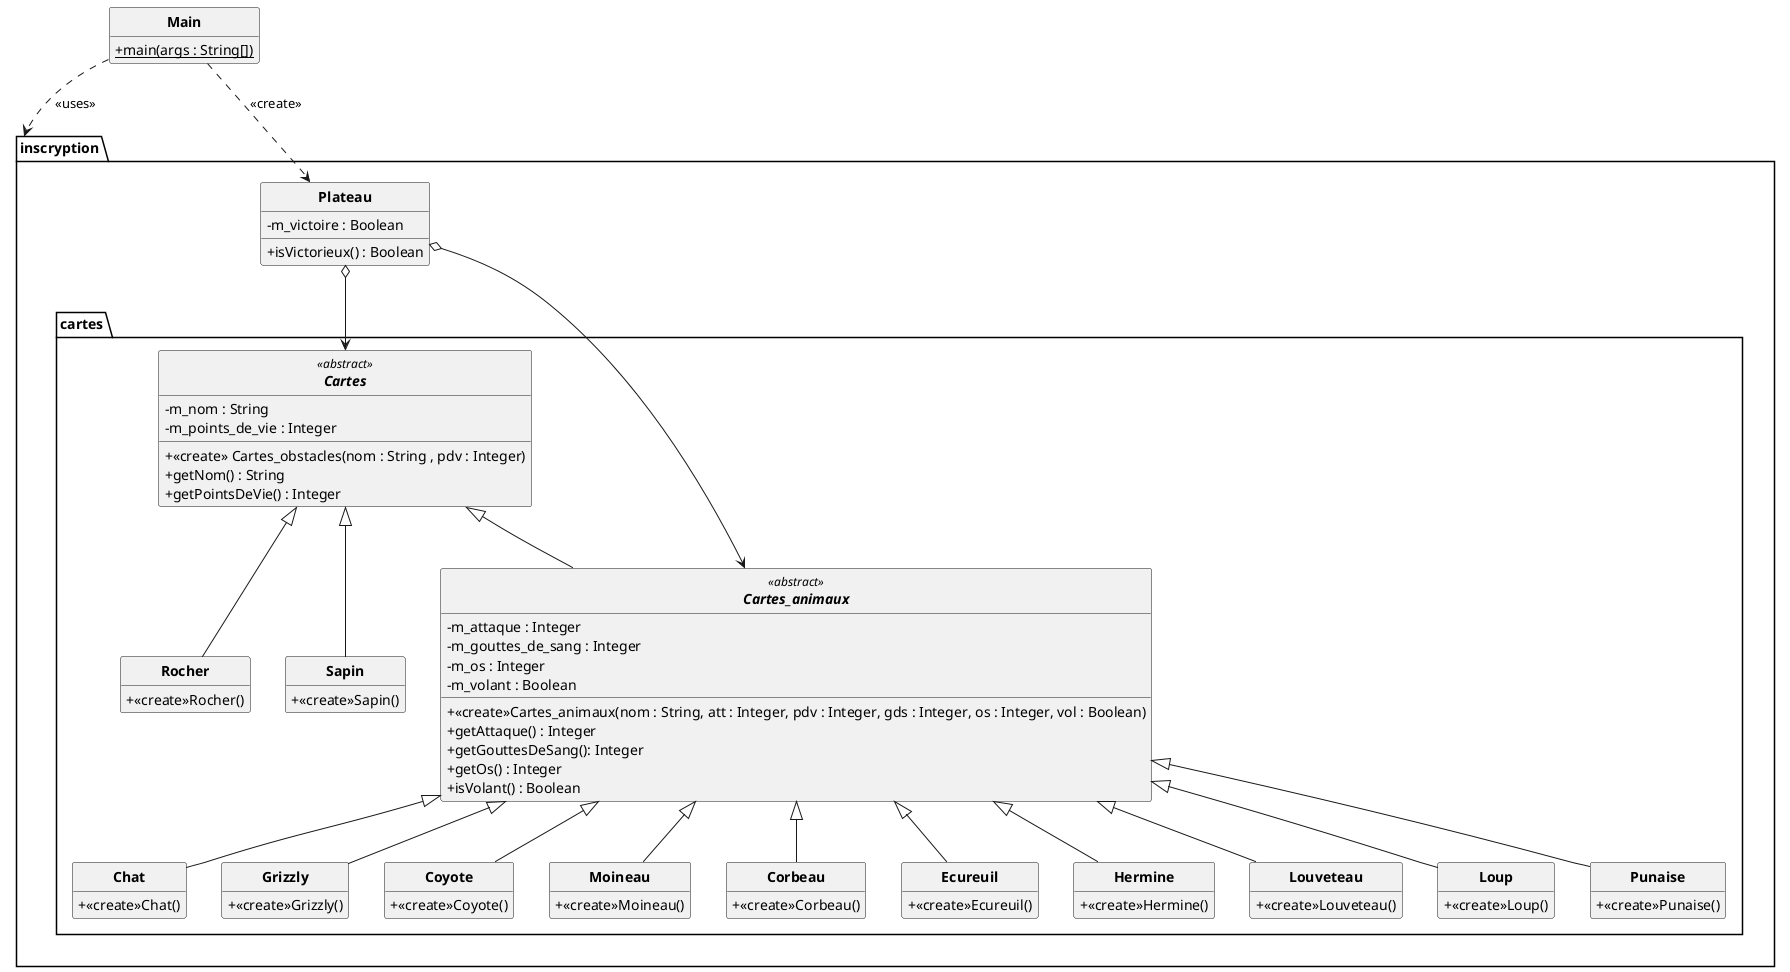
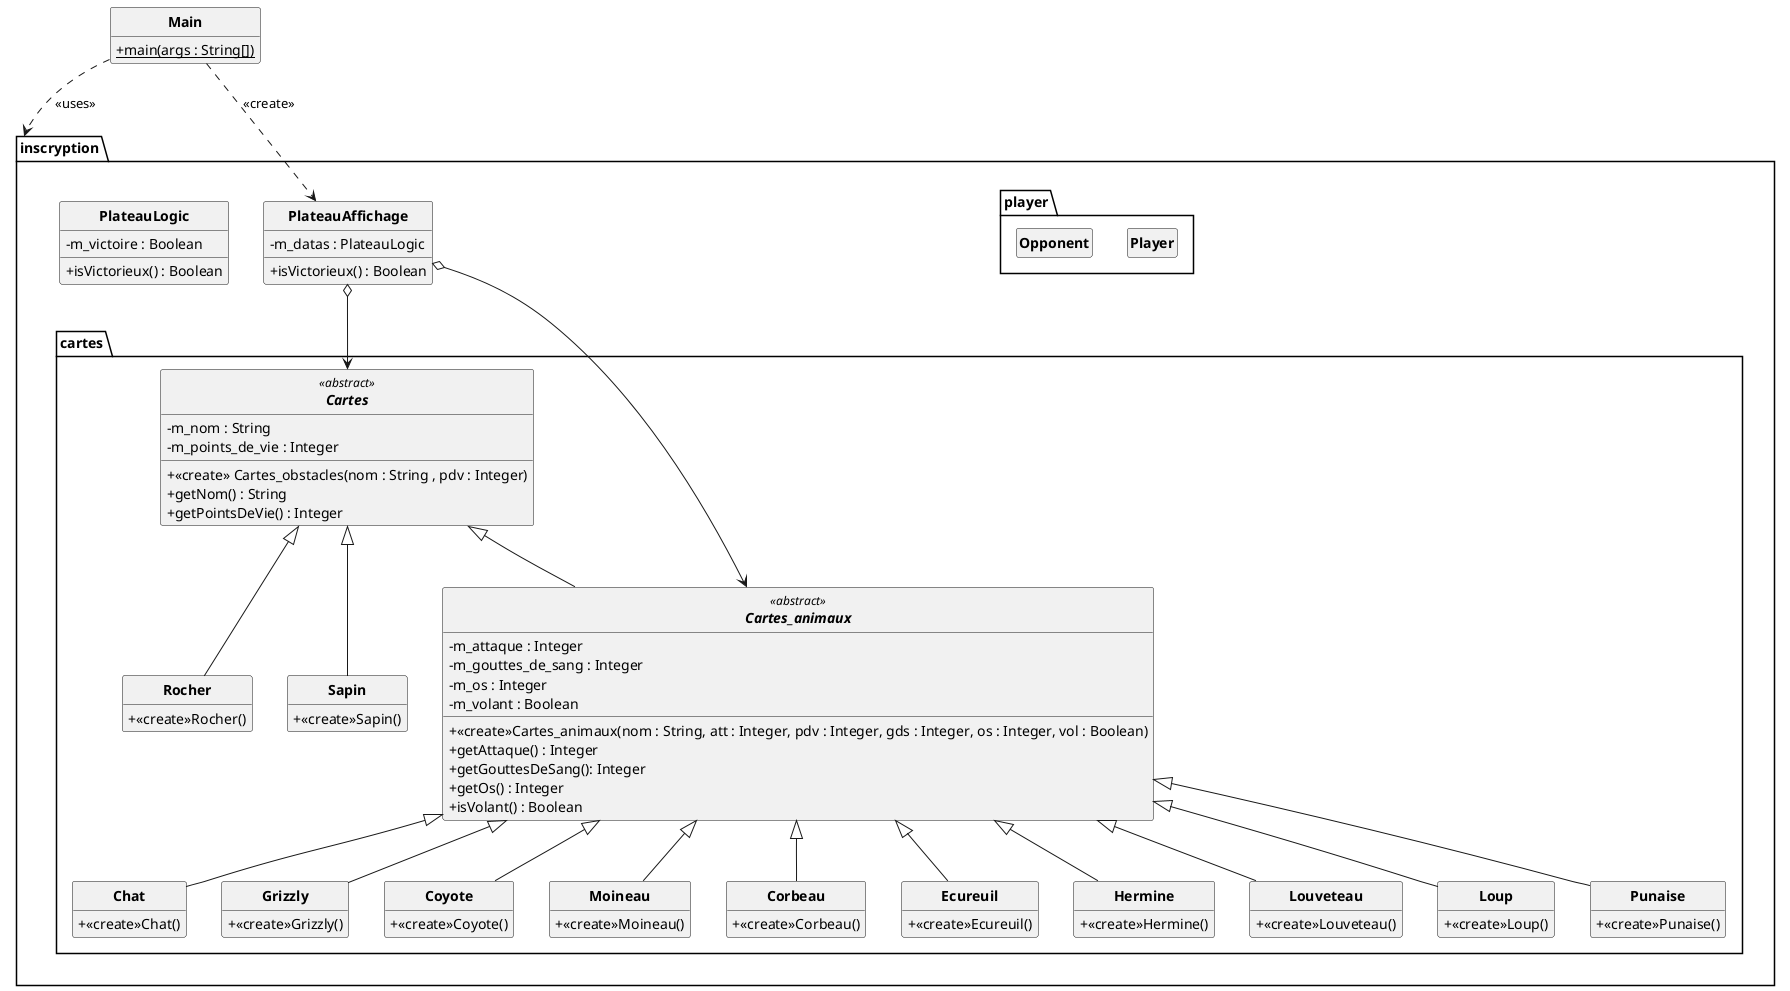
@startuml
'https://plantuml.com/class-diagram

skinparam classAttributeIconSize 0
skinparam classFontStyle Bold
skinparam style strictuml
hide empty members

class Main {
    +{static}main(args : String[])
}

package inscryption
{
-     class Plateau {
-         -m_victoire : Boolean
-         +isVictorieux() : Boolean
+     class PlateauAffichage {
+             - m_datas : PlateauLogic
+             +isVictorieux() : Boolean

-     }
+         }
+ 
+         class PlateauLogic {
+                 -m_victoire : Boolean
+                 +isVictorieux() : Boolean
+ 
+         }
+ 
+         package player {
+ 
+         class Player {
+         }
+ 
+         class Opponent {
+         }
+ 
+         }

    package cartes {

        abstract class Cartes <<abstract>>{
            -m_nom : String
            -m_points_de_vie : Integer
            +<<create>> Cartes_obstacles(nom : String , pdv : Integer)
            +getNom() : String
            +getPointsDeVie() : Integer

        }

        abstract class Cartes_animaux<<abstract>> extends Cartes{
        -m_attaque : Integer
        -m_gouttes_de_sang : Integer
        -m_os : Integer
        -m_volant : Boolean
        +<<create>>Cartes_animaux(nom : String, att : Integer, pdv : Integer, gds : Integer, os : Integer, vol : Boolean)
        +getAttaque() : Integer
        +getGouttesDeSang(): Integer
        +getOs() : Integer
        +isVolant() : Boolean
        }
        class Chat extends Cartes_animaux{
            +<<create>>Chat()
        }
        class Grizzly extends Cartes_animaux{
            +<<create>>Grizzly()
        }
        class Coyote extends Cartes_animaux{
            +<<create>>Coyote()
        }
        class Moineau extends Cartes_animaux{
            +<<create>>Moineau()
        }
        class Corbeau extends Cartes_animaux{
            +<<create>>Corbeau()
        }
        class Ecureuil extends Cartes_animaux{
            +<<create>>Ecureuil()
        }
        class Hermine extends Cartes_animaux{
            +<<create>>Hermine()
        }
        class Louveteau extends Cartes_animaux{
            +<<create>>Louveteau()
        }
        class Loup extends Cartes_animaux{
            +<<create>>Loup()
        }
        class Punaise extends Cartes_animaux{
            +<<create>>Punaise()
        }
        class Rocher extends Cartes{
            +<<create>>Rocher()
        }
        class Sapin extends Cartes{
            +<<create>>Sapin()
        }
    }
}


- Plateau o--> Cartes_animaux
- Plateau o--> Cartes
- Main .-> Plateau : <<create>>
+ PlateauAffichage o--> Cartes_animaux
+ PlateauAffichage o--> Cartes
+ Main .-> PlateauAffichage : <<create>>
Main .-> inscryption : <<uses>>
@enduml